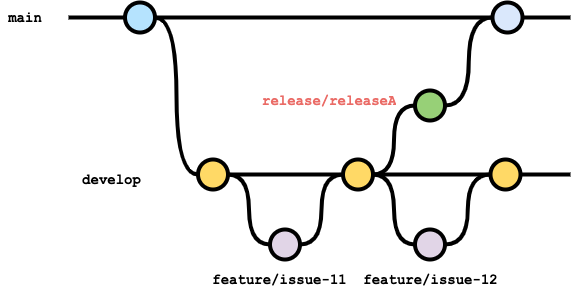
Before: documents/forGitBranch/branch_strategy_release.drawio.png, a diagram exported from draw.io (future-architect/coding-standards). Source tidied: cells renumbered, new cells last; positions are measured from the earlier drawing's top-left corner, leaving out a move shared by most shapes. Its diagram source:
```xml
<mxGraphModel>
  <root>
    <mxCell id="0" />
    <mxCell id="1" parent="0" />
    <mxCell id="2" style="edgeStyle=orthogonalEdgeStyle;rounded=0;html=1;jettySize=auto;plain-blue;endArrow=none;endFill=0;strokeWidth=4;strokeColor=#000000;" parent="1" edge="1" source="4" target="5">
      <mxGeometry x="264.5" y="-173" as="geometry" />
    </mxCell>
    <mxCell id="3" style="edgeStyle=orthogonalEdgeStyle;curved=1;rounded=0;html=1;exitX=1;exitY=0.5;exitPerimeter=0;entryX=0;entryY=0.5;entryPerimeter=0;endArrow=none;endFill=0;jettySize=auto;strokeWidth=4;fontSize=15;" parent="1" edge="1" source="4" target="8">
      <mxGeometry relative="1" as="geometry" />
    </mxCell>
    <mxCell id="4" style="verticalLabelPosition=bottom;verticalAlign=top;html=1;strokeWidth=4;shape=mxgraph.flowchart.on-page_reference;plain-blue;gradientColor=none;fillColor=#B5E3Fe;strokeColor=#000000;" parent="1" vertex="1">
      <mxGeometry x="124.5" width="30" height="30" as="geometry" />
    </mxCell>
    <mxCell id="5" style="verticalLabelPosition=bottom;verticalAlign=top;html=1;strokeWidth=4;shape=mxgraph.flowchart.on-page_reference;plain-blue;gradientColor=none;strokeColor=#000000;" parent="1" vertex="1">
      <mxGeometry x="492" width="30" height="30" as="geometry" />
    </mxCell>
    <mxCell id="6" style="edgeStyle=orthogonalEdgeStyle;rounded=0;html=1;jettySize=auto;strokeWidth=4;endArrow=none;endFill=0;" parent="1" edge="1" target="4">
      <mxGeometry x="164.5" y="-173" as="geometry">
        <mxPoint x="68" y="15" as="sourcePoint" />
      </mxGeometry>
    </mxCell>
    <mxCell id="7" value="main" style="text;html=1;strokeColor=none;fillColor=none;align=center;verticalAlign=middle;whiteSpace=wrap;overflow=hidden;fontSize=14;fontStyle=1;fontFamily=Courier New;" parent="1" vertex="1">
      <mxGeometry y="5" width="50" height="20" as="geometry" />
    </mxCell>
    <mxCell id="8" style="verticalLabelPosition=bottom;verticalAlign=top;html=1;strokeWidth=4;shape=mxgraph.flowchart.on-page_reference;plain-purple;gradientColor=none;strokeColor=#000000;fillColor=#FFD966;" parent="1" vertex="1">
      <mxGeometry x="197.5" y="157" width="30" height="30" as="geometry" />
    </mxCell>
    <mxCell id="9" style="verticalLabelPosition=bottom;verticalAlign=top;html=1;strokeWidth=4;shape=mxgraph.flowchart.on-page_reference;plain-purple;gradientColor=none;strokeColor=#000000;" parent="1" vertex="1">
      <mxGeometry x="269.5" y="227" width="30" height="30" as="geometry" />
    </mxCell>
    <mxCell id="10" style="verticalLabelPosition=bottom;verticalAlign=top;html=1;strokeWidth=4;shape=mxgraph.flowchart.on-page_reference;plain-purple;gradientColor=none;strokeColor=#000000;fillColor=#FFD966;" parent="1" vertex="1">
      <mxGeometry x="342.5" y="157" width="30" height="30" as="geometry" />
    </mxCell>
    <mxCell id="11" value="develop" style="text;html=1;strokeColor=none;fillColor=none;align=center;verticalAlign=middle;whiteSpace=wrap;overflow=hidden;fontSize=14;fontStyle=1;fontFamily=Courier New;" parent="1" vertex="1">
      <mxGeometry x="30" y="167" width="162.5" height="20" as="geometry" />
    </mxCell>
    <mxCell id="12" style="edgeStyle=orthogonalEdgeStyle;curved=1;rounded=0;html=1;exitX=1;exitY=0.5;exitPerimeter=0;entryX=0;entryY=0.5;entryPerimeter=0;endArrow=none;endFill=0;jettySize=auto;strokeWidth=4;fontSize=15;exitDx=0;exitDy=0;entryDx=0;entryDy=0;" parent="1" edge="1" source="8" target="9">
      <mxGeometry relative="1" as="geometry" />
    </mxCell>
    <mxCell id="13" style="edgeStyle=orthogonalEdgeStyle;rounded=0;html=1;jettySize=auto;plain-blue;endArrow=none;endFill=0;strokeWidth=4;strokeColor=#000000;exitX=1;exitY=0.5;exitDx=0;exitDy=0;exitPerimeter=0;" parent="1" edge="1" source="8">
      <mxGeometry x="264.5" y="-173" as="geometry">
        <mxPoint x="340" y="172" as="targetPoint" />
      </mxGeometry>
    </mxCell>
    <mxCell id="14" style="edgeStyle=orthogonalEdgeStyle;curved=1;rounded=0;html=1;exitX=1;exitY=0.5;exitPerimeter=0;entryX=0;entryY=0.5;entryPerimeter=0;endArrow=none;endFill=0;jettySize=auto;strokeWidth=4;fontSize=15;exitDx=0;exitDy=0;entryDx=0;entryDy=0;" parent="1" edge="1" source="9" target="10">
      <mxGeometry relative="1" as="geometry" />
    </mxCell>
    <mxCell id="15" style="verticalLabelPosition=bottom;verticalAlign=top;html=1;strokeWidth=4;shape=mxgraph.flowchart.on-page_reference;plain-purple;gradientColor=none;strokeColor=#000000;" parent="1" vertex="1">
      <mxGeometry x="414.5" y="227" width="30" height="30" as="geometry" />
    </mxCell>
    <mxCell id="16" style="edgeStyle=orthogonalEdgeStyle;rounded=0;html=1;jettySize=auto;plain-blue;endArrow=none;endFill=0;strokeWidth=4;strokeColor=#000000;exitX=1;exitY=0.5;exitDx=0;exitDy=0;exitPerimeter=0;" parent="1" edge="1" source="10" target="17">
      <mxGeometry x="264.5" y="-173" as="geometry" />
    </mxCell>
    <mxCell id="17" style="verticalLabelPosition=bottom;verticalAlign=top;html=1;strokeWidth=4;shape=mxgraph.flowchart.on-page_reference;plain-purple;gradientColor=none;strokeColor=#000000;fillColor=#FFD966;" parent="1" vertex="1">
      <mxGeometry x="490" y="157" width="30" height="30" as="geometry" />
    </mxCell>
    <mxCell id="18" style="edgeStyle=orthogonalEdgeStyle;curved=1;rounded=0;html=1;exitX=0;exitY=0.5;exitPerimeter=0;entryX=1;entryY=0.5;entryPerimeter=0;endArrow=none;endFill=0;jettySize=auto;strokeWidth=4;fontSize=15;exitDx=0;exitDy=0;entryDx=0;entryDy=0;" parent="1" edge="1" source="15" target="10">
      <mxGeometry relative="1" as="geometry" />
    </mxCell>
    <mxCell id="19" style="edgeStyle=orthogonalEdgeStyle;curved=1;rounded=0;html=1;exitX=0;exitY=0.5;exitPerimeter=0;entryX=1;entryY=0.5;entryPerimeter=0;endArrow=none;endFill=0;jettySize=auto;strokeWidth=4;fontSize=15;exitDx=0;exitDy=0;entryDx=0;entryDy=0;" parent="1" edge="1" source="17" target="15">
      <mxGeometry relative="1" as="geometry" />
    </mxCell>
    <mxCell id="20" style="edgeStyle=orthogonalEdgeStyle;curved=1;rounded=0;jettySize=auto;html=1;endArrow=none;endFill=0;strokeWidth=4;fontFamily=Courier New;fontSize=16;exitX=1;exitY=0.5;exitDx=0;exitDy=0;exitPerimeter=0;" parent="1" edge="1" source="17">
      <mxGeometry relative="1" as="geometry">
        <mxPoint x="570" y="172" as="targetPoint" />
      </mxGeometry>
    </mxCell>
    <mxCell id="21" style="verticalLabelPosition=bottom;verticalAlign=top;html=1;strokeWidth=4;shape=mxgraph.flowchart.on-page_reference;plain-purple;gradientColor=none;strokeColor=#000000;fillColor=#97D077;" parent="1" vertex="1">
      <mxGeometry x="414.5" y="88" width="30" height="30" as="geometry" />
    </mxCell>
    <mxCell id="22" style="edgeStyle=orthogonalEdgeStyle;curved=1;rounded=0;html=1;exitX=1;exitY=0.5;exitPerimeter=0;entryX=0;entryY=0.5;entryPerimeter=0;endArrow=none;endFill=0;jettySize=auto;strokeWidth=4;fontSize=15;exitDx=0;exitDy=0;entryDx=0;entryDy=0;" parent="1" edge="1" source="10" target="21">
      <mxGeometry relative="1" as="geometry" />
    </mxCell>
    <mxCell id="23" value="release/releaseA" style="text;html=1;strokeColor=none;fillColor=none;align=left;verticalAlign=middle;whiteSpace=wrap;overflow=hidden;fontSize=14;fontStyle=1;fontFamily=Courier New;fontColor=#EA6B66;" parent="1" vertex="1">
      <mxGeometry x="259.5" y="88" width="162.5" height="20" as="geometry" />
    </mxCell>
    <mxCell id="24" style="edgeStyle=orthogonalEdgeStyle;curved=1;rounded=0;html=1;exitX=1;exitY=0.5;exitPerimeter=0;entryX=0;entryY=0.5;entryPerimeter=0;endArrow=none;endFill=0;jettySize=auto;strokeWidth=4;fontSize=15;exitDx=0;exitDy=0;entryDx=0;entryDy=0;" parent="1" edge="1" source="21" target="5">
      <mxGeometry relative="1" as="geometry" />
    </mxCell>
    <mxCell id="25" style="edgeStyle=orthogonalEdgeStyle;curved=1;rounded=0;jettySize=auto;html=1;endArrow=none;endFill=0;strokeWidth=4;fontFamily=Courier New;fontSize=16;exitX=1;exitY=0.5;exitDx=0;exitDy=0;exitPerimeter=0;" parent="1" edge="1" source="5">
      <mxGeometry relative="1" as="geometry">
        <mxPoint x="570" y="15" as="targetPoint" />
      </mxGeometry>
    </mxCell>
    <mxCell id="26" value="feature/issue-11" style="text;html=1;strokeColor=none;fillColor=none;align=center;verticalAlign=middle;whiteSpace=wrap;overflow=hidden;fontSize=14;fontStyle=1;fontFamily=Courier New;" parent="1" vertex="1">
      <mxGeometry x="197.5" y="267" width="162.5" height="20" as="geometry" />
    </mxCell>
    <mxCell id="27" value="feature/issue-12" style="text;html=1;strokeColor=none;fillColor=none;align=center;verticalAlign=middle;whiteSpace=wrap;overflow=hidden;fontSize=14;fontStyle=1;fontFamily=Courier New;" parent="1" vertex="1">
      <mxGeometry x="349" y="267" width="162.5" height="20" as="geometry" />
    </mxCell>
  </root>
</mxGraphModel>
```
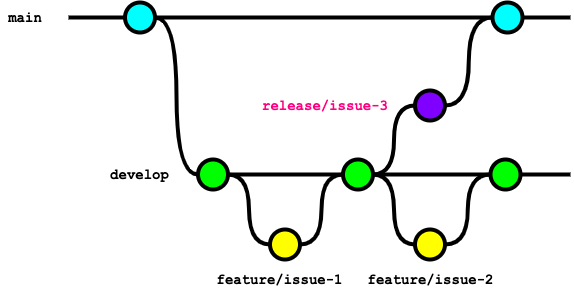
After the change.

What changed in the source:
```diff
@@ -2,16 +2,13 @@
   <root>
     <mxCell id="0" />
     <mxCell id="1" parent="0" />
-    <mxCell id="2" style="edgeStyle=orthogonalEdgeStyle;rounded=0;html=1;jettySize=auto;plain-blue;endArrow=none;endFill=0;strokeWidth=4;strokeColor=#000000;" parent="1" edge="1" source="4" target="5">
-      <mxGeometry x="264.5" y="-173" as="geometry" />
-    </mxCell>
     <mxCell id="3" style="edgeStyle=orthogonalEdgeStyle;curved=1;rounded=0;html=1;exitX=1;exitY=0.5;exitPerimeter=0;entryX=0;entryY=0.5;entryPerimeter=0;endArrow=none;endFill=0;jettySize=auto;strokeWidth=4;fontSize=15;" parent="1" edge="1" source="4" target="8">
       <mxGeometry relative="1" as="geometry" />
     </mxCell>
-    <mxCell id="4" style="verticalLabelPosition=bottom;verticalAlign=top;html=1;strokeWidth=4;shape=mxgraph.flowchart.on-page_reference;plain-blue;gradientColor=none;fillColor=#B5E3Fe;strokeColor=#000000;" parent="1" vertex="1">
+    <mxCell id="4" style="verticalLabelPosition=bottom;verticalAlign=top;html=1;strokeWidth=4;shape=mxgraph.flowchart.on-page_reference;plain-blue;gradientColor=none;fillColor=#00FFFF;strokeColor=#000000;" parent="1" vertex="1">
       <mxGeometry x="124.5" width="30" height="30" as="geometry" />
     </mxCell>
-    <mxCell id="5" style="verticalLabelPosition=bottom;verticalAlign=top;html=1;strokeWidth=4;shape=mxgraph.flowchart.on-page_reference;plain-blue;gradientColor=none;strokeColor=#000000;" parent="1" vertex="1">
+    <mxCell id="5" style="verticalLabelPosition=bottom;verticalAlign=top;html=1;strokeWidth=4;shape=mxgraph.flowchart.on-page_reference;plain-blue;gradientColor=none;strokeColor=#000000;fillColor=#00FFFF;" parent="1" vertex="1">
       <mxGeometry x="492" width="30" height="30" as="geometry" />
     </mxCell>
     <mxCell id="6" style="edgeStyle=orthogonalEdgeStyle;rounded=0;html=1;jettySize=auto;strokeWidth=4;endArrow=none;endFill=0;" parent="1" edge="1" target="4">
@@ -22,36 +19,28 @@
     <mxCell id="7" value="main" style="text;html=1;strokeColor=none;fillColor=none;align=center;verticalAlign=middle;whiteSpace=wrap;overflow=hidden;fontSize=14;fontStyle=1;fontFamily=Courier New;" parent="1" vertex="1">
       <mxGeometry y="5" width="50" height="20" as="geometry" />
     </mxCell>
-    <mxCell id="8" style="verticalLabelPosition=bottom;verticalAlign=top;html=1;strokeWidth=4;shape=mxgraph.flowchart.on-page_reference;plain-purple;gradientColor=none;strokeColor=#000000;fillColor=#FFD966;" parent="1" vertex="1">
+    <mxCell id="8" style="verticalLabelPosition=bottom;verticalAlign=top;html=1;strokeWidth=4;shape=mxgraph.flowchart.on-page_reference;plain-purple;gradientColor=none;strokeColor=#000000;fillColor=#00FF00;" parent="1" vertex="1">
       <mxGeometry x="197.5" y="157" width="30" height="30" as="geometry" />
     </mxCell>
-    <mxCell id="9" style="verticalLabelPosition=bottom;verticalAlign=top;html=1;strokeWidth=4;shape=mxgraph.flowchart.on-page_reference;plain-purple;gradientColor=none;strokeColor=#000000;" parent="1" vertex="1">
+    <mxCell id="9" style="verticalLabelPosition=bottom;verticalAlign=top;html=1;strokeWidth=4;shape=mxgraph.flowchart.on-page_reference;plain-purple;gradientColor=none;strokeColor=#000000;fillColor=#FFFF00;" parent="1" vertex="1">
       <mxGeometry x="269.5" y="227" width="30" height="30" as="geometry" />
     </mxCell>
-    <mxCell id="10" style="verticalLabelPosition=bottom;verticalAlign=top;html=1;strokeWidth=4;shape=mxgraph.flowchart.on-page_reference;plain-purple;gradientColor=none;strokeColor=#000000;fillColor=#FFD966;" parent="1" vertex="1">
+    <mxCell id="10" style="verticalLabelPosition=bottom;verticalAlign=top;html=1;strokeWidth=4;shape=mxgraph.flowchart.on-page_reference;plain-purple;gradientColor=none;strokeColor=#000000;fillColor=#00FF00;" parent="1" vertex="1">
       <mxGeometry x="342.5" y="157" width="30" height="30" as="geometry" />
     </mxCell>
     <mxCell id="11" value="develop" style="text;html=1;strokeColor=none;fillColor=none;align=center;verticalAlign=middle;whiteSpace=wrap;overflow=hidden;fontSize=14;fontStyle=1;fontFamily=Courier New;" parent="1" vertex="1">
-      <mxGeometry x="30" y="167" width="162.5" height="20" as="geometry" />
+      <mxGeometry x="58.2" y="162" width="162.5" height="20" as="geometry" />
     </mxCell>
     <mxCell id="12" style="edgeStyle=orthogonalEdgeStyle;curved=1;rounded=0;html=1;exitX=1;exitY=0.5;exitPerimeter=0;entryX=0;entryY=0.5;entryPerimeter=0;endArrow=none;endFill=0;jettySize=auto;strokeWidth=4;fontSize=15;exitDx=0;exitDy=0;entryDx=0;entryDy=0;" parent="1" edge="1" source="8" target="9">
       <mxGeometry relative="1" as="geometry" />
     </mxCell>
-    <mxCell id="13" style="edgeStyle=orthogonalEdgeStyle;rounded=0;html=1;jettySize=auto;plain-blue;endArrow=none;endFill=0;strokeWidth=4;strokeColor=#000000;exitX=1;exitY=0.5;exitDx=0;exitDy=0;exitPerimeter=0;" parent="1" edge="1" source="8">
-      <mxGeometry x="264.5" y="-173" as="geometry">
-        <mxPoint x="340" y="172" as="targetPoint" />
-      </mxGeometry>
-    </mxCell>
     <mxCell id="14" style="edgeStyle=orthogonalEdgeStyle;curved=1;rounded=0;html=1;exitX=1;exitY=0.5;exitPerimeter=0;entryX=0;entryY=0.5;entryPerimeter=0;endArrow=none;endFill=0;jettySize=auto;strokeWidth=4;fontSize=15;exitDx=0;exitDy=0;entryDx=0;entryDy=0;" parent="1" edge="1" source="9" target="10">
       <mxGeometry relative="1" as="geometry" />
     </mxCell>
-    <mxCell id="15" style="verticalLabelPosition=bottom;verticalAlign=top;html=1;strokeWidth=4;shape=mxgraph.flowchart.on-page_reference;plain-purple;gradientColor=none;strokeColor=#000000;" parent="1" vertex="1">
+    <mxCell id="15" style="verticalLabelPosition=bottom;verticalAlign=top;html=1;strokeWidth=4;shape=mxgraph.flowchart.on-page_reference;plain-purple;gradientColor=none;strokeColor=#000000;fillColor=#FFFF00;" parent="1" vertex="1">
       <mxGeometry x="414.5" y="227" width="30" height="30" as="geometry" />
     </mxCell>
-    <mxCell id="16" style="edgeStyle=orthogonalEdgeStyle;rounded=0;html=1;jettySize=auto;plain-blue;endArrow=none;endFill=0;strokeWidth=4;strokeColor=#000000;exitX=1;exitY=0.5;exitDx=0;exitDy=0;exitPerimeter=0;" parent="1" edge="1" source="10" target="17">
-      <mxGeometry x="264.5" y="-173" as="geometry" />
-    </mxCell>
-    <mxCell id="17" style="verticalLabelPosition=bottom;verticalAlign=top;html=1;strokeWidth=4;shape=mxgraph.flowchart.on-page_reference;plain-purple;gradientColor=none;strokeColor=#000000;fillColor=#FFD966;" parent="1" vertex="1">
+    <mxCell id="17" style="verticalLabelPosition=bottom;verticalAlign=top;html=1;strokeWidth=4;shape=mxgraph.flowchart.on-page_reference;plain-purple;gradientColor=none;strokeColor=#000000;fillColor=#00FF00;" parent="1" vertex="1">
       <mxGeometry x="490" y="157" width="30" height="30" as="geometry" />
     </mxCell>
     <mxCell id="18" style="edgeStyle=orthogonalEdgeStyle;curved=1;rounded=0;html=1;exitX=0;exitY=0.5;exitPerimeter=0;entryX=1;entryY=0.5;entryPerimeter=0;endArrow=none;endFill=0;jettySize=auto;strokeWidth=4;fontSize=15;exitDx=0;exitDy=0;entryDx=0;entryDy=0;" parent="1" edge="1" source="15" target="10">
@@ -65,14 +54,14 @@
         <mxPoint x="570" y="172" as="targetPoint" />
       </mxGeometry>
     </mxCell>
-    <mxCell id="21" style="verticalLabelPosition=bottom;verticalAlign=top;html=1;strokeWidth=4;shape=mxgraph.flowchart.on-page_reference;plain-purple;gradientColor=none;strokeColor=#000000;fillColor=#97D077;" parent="1" vertex="1">
+    <mxCell id="21" style="verticalLabelPosition=bottom;verticalAlign=top;html=1;strokeWidth=4;shape=mxgraph.flowchart.on-page_reference;plain-purple;gradientColor=none;strokeColor=#000000;fillColor=#7F00FF;" parent="1" vertex="1">
       <mxGeometry x="414.5" y="88" width="30" height="30" as="geometry" />
     </mxCell>
     <mxCell id="22" style="edgeStyle=orthogonalEdgeStyle;curved=1;rounded=0;html=1;exitX=1;exitY=0.5;exitPerimeter=0;entryX=0;entryY=0.5;entryPerimeter=0;endArrow=none;endFill=0;jettySize=auto;strokeWidth=4;fontSize=15;exitDx=0;exitDy=0;entryDx=0;entryDy=0;" parent="1" edge="1" source="10" target="21">
       <mxGeometry relative="1" as="geometry" />
     </mxCell>
-    <mxCell id="23" value="release/releaseA" style="text;html=1;strokeColor=none;fillColor=none;align=left;verticalAlign=middle;whiteSpace=wrap;overflow=hidden;fontSize=14;fontStyle=1;fontFamily=Courier New;fontColor=#EA6B66;" parent="1" vertex="1">
-      <mxGeometry x="259.5" y="88" width="162.5" height="20" as="geometry" />
+    <mxCell id="23" value="release/issue-3" style="text;html=1;strokeColor=none;fillColor=none;align=left;verticalAlign=middle;whiteSpace=wrap;overflow=hidden;fontSize=14;fontStyle=1;fontFamily=Courier New;fontColor=#FF0080;" parent="1" vertex="1">
+      <mxGeometry x="259.5" y="93" width="162.5" height="20" as="geometry" />
     </mxCell>
     <mxCell id="24" style="edgeStyle=orthogonalEdgeStyle;curved=1;rounded=0;html=1;exitX=1;exitY=0.5;exitPerimeter=0;entryX=0;entryY=0.5;entryPerimeter=0;endArrow=none;endFill=0;jettySize=auto;strokeWidth=4;fontSize=15;exitDx=0;exitDy=0;entryDx=0;entryDy=0;" parent="1" edge="1" source="21" target="5">
       <mxGeometry relative="1" as="geometry" />
@@ -82,11 +71,20 @@
         <mxPoint x="570" y="15" as="targetPoint" />
       </mxGeometry>
     </mxCell>
-    <mxCell id="26" value="feature/issue-11" style="text;html=1;strokeColor=none;fillColor=none;align=center;verticalAlign=middle;whiteSpace=wrap;overflow=hidden;fontSize=14;fontStyle=1;fontFamily=Courier New;" parent="1" vertex="1">
+    <mxCell id="26" value="feature/issue-1" style="text;html=1;strokeColor=none;fillColor=none;align=center;verticalAlign=middle;whiteSpace=wrap;overflow=hidden;fontSize=14;fontStyle=1;fontFamily=Courier New;" parent="1" vertex="1">
       <mxGeometry x="197.5" y="267" width="162.5" height="20" as="geometry" />
     </mxCell>
-    <mxCell id="27" value="feature/issue-12" style="text;html=1;strokeColor=none;fillColor=none;align=center;verticalAlign=middle;whiteSpace=wrap;overflow=hidden;fontSize=14;fontStyle=1;fontFamily=Courier New;" parent="1" vertex="1">
+    <mxCell id="27" value="feature/issue-2" style="text;html=1;strokeColor=none;fillColor=none;align=center;verticalAlign=middle;whiteSpace=wrap;overflow=hidden;fontSize=14;fontStyle=1;fontFamily=Courier New;" parent="1" vertex="1">
       <mxGeometry x="349" y="267" width="162.5" height="20" as="geometry" />
     </mxCell>
+    <mxCell id="2" style="edgeStyle=orthogonalEdgeStyle;curved=1;rounded=0;jettySize=auto;html=1;endArrow=none;endFill=0;strokeWidth=4;fontFamily=Courier New;fontSize=16;exitX=1;exitY=0.5;exitDx=0;exitDy=0;exitPerimeter=0;entryX=0;entryY=0.5;entryDx=0;entryDy=0;entryPerimeter=0;" parent="1" edge="1" source="4" target="5">
+      <mxGeometry relative="1" as="geometry" />
+    </mxCell>
+    <mxCell id="28" style="edgeStyle=orthogonalEdgeStyle;curved=1;rounded=0;jettySize=auto;html=1;endArrow=none;endFill=0;strokeWidth=4;fontFamily=Courier New;fontSize=16;exitX=1;exitY=0.5;exitDx=0;exitDy=0;exitPerimeter=0;entryX=0;entryY=0.5;entryDx=0;entryDy=0;entryPerimeter=0;" parent="1" edge="1" source="8" target="10">
+      <mxGeometry relative="1" as="geometry" />
+    </mxCell>
+    <mxCell id="29" style="edgeStyle=orthogonalEdgeStyle;curved=1;rounded=0;jettySize=auto;html=1;endArrow=none;endFill=0;strokeWidth=4;fontFamily=Courier New;fontSize=16;exitX=0;exitY=0.5;exitDx=0;exitDy=0;exitPerimeter=0;entryX=1;entryY=0.5;entryDx=0;entryDy=0;entryPerimeter=0;" parent="1" edge="1" source="17" target="10">
+      <mxGeometry relative="1" as="geometry" />
+    </mxCell>
   </root>
 </mxGraphModel>
```
